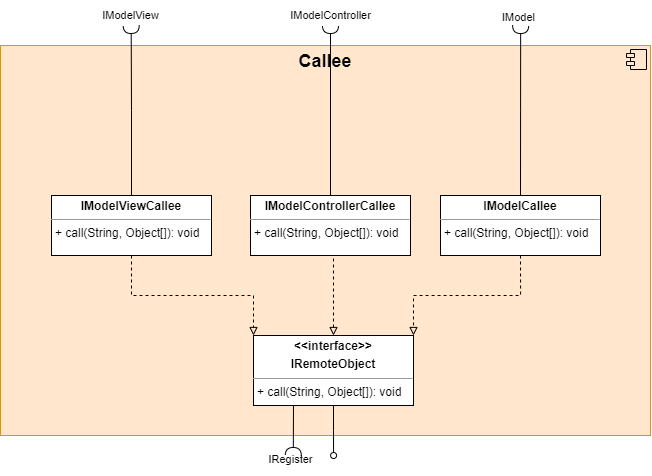
The draw.io diagram Doku/images/callee_whitebox.png in KjellooMelloo/gameoftrons, before a commit. Source tidied: cells renumbered, new cells last; positions are measured from the earlier drawing's top-left corner, leaving out a move shared by most shapes.
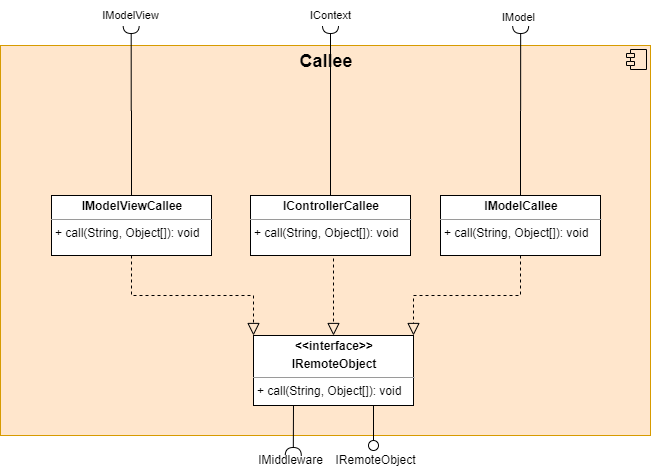
The same file after the commit.

Commit message:
updated appstub with IContext and IMiddleware

Change to the diagram source:
```diff
@@ -10,9 +10,9 @@
         <mxPoint x="-24" y="4" as="offset" />
       </mxGeometry>
     </mxCell>
-    <mxCell id="4" style="edgeStyle=orthogonalEdgeStyle;rounded=0;jettySize=auto;html=1;exitX=0.5;exitY=1;exitDx=0;exitDy=0;fontSize=11;startArrow=none;startFill=0;endArrow=oval;endFill=0;" parent="1" edge="1" source="6">
+    <mxCell id="4" style="edgeStyle=orthogonalEdgeStyle;rounded=0;jettySize=auto;html=1;exitX=0.75;exitY=1;exitDx=0;exitDy=0;fontSize=11;startArrow=none;startFill=0;endArrow=oval;endFill=0;endSize=10;" parent="1" edge="1" source="6">
       <mxGeometry relative="1" as="geometry">
-        <mxPoint x="333.1" y="455" as="targetPoint" />
+        <mxPoint x="373" y="445" as="targetPoint" />
       </mxGeometry>
     </mxCell>
     <mxCell id="5" style="edgeStyle=none;rounded=0;jettySize=auto;html=1;exitX=0.25;exitY=1;exitDx=0;exitDy=0;fontSize=11;startArrow=none;startFill=0;endArrow=halfCircle;endFill=0;" parent="1" edge="1" source="6">
@@ -23,7 +23,7 @@
     <mxCell id="6" value="&lt;p style=&quot;margin:0px;margin-top:4px;text-align:center;&quot;&gt;&lt;b&gt;&amp;lt;&amp;lt;interface&amp;gt;&amp;gt;&lt;/b&gt;&lt;/p&gt;&lt;p style=&quot;margin:0px;margin-top:4px;text-align:center;&quot;&gt;&lt;b&gt;IRemoteObject&lt;/b&gt;&lt;/p&gt;&lt;hr size=&quot;1&quot;&gt;&lt;p style=&quot;margin:0px;margin-left:4px;&quot;&gt;&lt;/p&gt;&lt;p style=&quot;margin:0px;margin-left:4px;&quot;&gt;+ call(String, Object[]): void&lt;/p&gt;" style="verticalAlign=top;align=left;overflow=fill;fontSize=12;fontFamily=Helvetica;html=1;" parent="1" vertex="1">
       <mxGeometry x="253" y="335" width="160" height="70" as="geometry" />
     </mxCell>
-    <mxCell id="7" style="edgeStyle=orthogonalEdgeStyle;rounded=0;jettySize=auto;html=1;exitX=0.5;exitY=1;exitDx=0;exitDy=0;entryX=1;entryY=0;entryDx=0;entryDy=0;dashed=1;fontSize=11;startArrow=none;startFill=0;endArrow=block;endFill=0;" parent="1" edge="1" source="9" target="6">
+    <mxCell id="7" style="edgeStyle=orthogonalEdgeStyle;rounded=0;jettySize=auto;html=1;exitX=0.5;exitY=1;exitDx=0;exitDy=0;entryX=1;entryY=0;entryDx=0;entryDy=0;dashed=1;fontSize=11;startArrow=none;startFill=0;endArrow=block;endFill=0;endSize=10;" parent="1" edge="1" source="9" target="6">
       <mxGeometry relative="1" as="geometry" />
     </mxCell>
     <mxCell id="8" style="edgeStyle=orthogonalEdgeStyle;rounded=0;jettySize=auto;html=1;exitX=0.5;exitY=0;exitDx=0;exitDy=0;fontSize=11;startArrow=none;startFill=0;endArrow=halfCircle;endFill=0;" parent="1" edge="1" source="9">
@@ -34,7 +34,7 @@
     <mxCell id="9" value="&lt;p style=&quot;margin:0px;margin-top:4px;text-align:center;&quot;&gt;&lt;b&gt;IModelCallee&lt;/b&gt;&lt;/p&gt;&lt;hr size=&quot;1&quot;&gt;&lt;p style=&quot;margin:0px;margin-left:4px;&quot;&gt;&lt;/p&gt;&lt;p style=&quot;margin:0px;margin-left:4px;&quot;&gt;+ call(String, Object[]): void&lt;/p&gt;" style="verticalAlign=top;align=left;overflow=fill;fontSize=12;fontFamily=Helvetica;html=1;" parent="1" vertex="1">
       <mxGeometry x="440" y="195" width="160" height="60" as="geometry" />
     </mxCell>
-    <mxCell id="10" style="edgeStyle=orthogonalEdgeStyle;rounded=0;jettySize=auto;html=1;exitX=0.5;exitY=1;exitDx=0;exitDy=0;entryX=0.5;entryY=0;entryDx=0;entryDy=0;dashed=1;fontSize=11;startArrow=none;startFill=0;endArrow=block;endFill=0;" parent="1" edge="1" source="12" target="6">
+    <mxCell id="10" style="edgeStyle=orthogonalEdgeStyle;rounded=0;jettySize=auto;html=1;exitX=0.5;exitY=1;exitDx=0;exitDy=0;entryX=0.5;entryY=0;entryDx=0;entryDy=0;dashed=1;fontSize=11;startArrow=none;startFill=0;endArrow=block;endFill=0;endSize=10;" parent="1" edge="1" source="12" target="6">
       <mxGeometry relative="1" as="geometry">
         <Array as="points">
           <mxPoint x="333" y="255" />
@@ -46,10 +46,10 @@
         <mxPoint x="330" y="25" as="targetPoint" />
       </mxGeometry>
     </mxCell>
-    <mxCell id="12" value="&lt;p style=&quot;margin:0px;margin-top:4px;text-align:center;&quot;&gt;&lt;b&gt;IModelControllerCallee&lt;/b&gt;&lt;/p&gt;&lt;hr size=&quot;1&quot;&gt;&lt;p style=&quot;margin:0px;margin-left:4px;&quot;&gt;&lt;/p&gt;&lt;p style=&quot;margin:0px;margin-left:4px;&quot;&gt;+ call(String, Object[]): void&lt;/p&gt;" style="verticalAlign=top;align=left;overflow=fill;fontSize=12;fontFamily=Helvetica;html=1;" parent="1" vertex="1">
+    <mxCell id="12" value="&lt;p style=&quot;margin: 0px ; margin-top: 4px ; text-align: center&quot;&gt;&lt;b&gt;IControllerCallee&lt;/b&gt;&lt;/p&gt;&lt;hr size=&quot;1&quot;&gt;&lt;p style=&quot;margin: 0px ; margin-left: 4px&quot;&gt;&lt;/p&gt;&lt;p style=&quot;margin: 0px ; margin-left: 4px&quot;&gt;+ call(String, Object[]): void&lt;/p&gt;" style="verticalAlign=top;align=left;overflow=fill;fontSize=12;fontFamily=Helvetica;html=1;" parent="1" vertex="1">
       <mxGeometry x="250" y="195" width="160" height="60" as="geometry" />
     </mxCell>
-    <mxCell id="13" style="edgeStyle=orthogonalEdgeStyle;rounded=0;jettySize=auto;html=1;exitX=0.5;exitY=1;exitDx=0;exitDy=0;entryX=0;entryY=0;entryDx=0;entryDy=0;fontSize=11;startArrow=none;startFill=0;endArrow=block;endFill=0;dashed=1;" parent="1" edge="1" source="15" target="6">
+    <mxCell id="13" style="edgeStyle=orthogonalEdgeStyle;rounded=0;jettySize=auto;html=1;exitX=0.5;exitY=1;exitDx=0;exitDy=0;entryX=0;entryY=0;entryDx=0;entryDy=0;fontSize=11;startArrow=none;startFill=0;endArrow=block;endFill=0;dashed=1;endSize=10;" parent="1" edge="1" source="15" target="6">
       <mxGeometry relative="1" as="geometry" />
     </mxCell>
     <mxCell id="14" style="edgeStyle=orthogonalEdgeStyle;rounded=0;jettySize=auto;html=1;exitX=0.5;exitY=0;exitDx=0;exitDy=0;fontSize=11;startArrow=none;startFill=0;endArrow=halfCircle;endFill=0;" parent="1" edge="1" source="15">
@@ -63,14 +63,17 @@
     <mxCell id="16" value="IModel" style="text;html=1;align=center;verticalAlign=middle;strokeColor=none;fillColor=none;fontSize=11;" parent="1" vertex="1">
       <mxGeometry x="488" y="2" width="60" height="30" as="geometry" />
     </mxCell>
-    <mxCell id="17" value="IModelController" style="text;html=1;align=center;verticalAlign=middle;strokeColor=none;fillColor=none;fontSize=11;" parent="1" vertex="1">
-      <mxGeometry x="280" width="100" height="30" as="geometry" />
+    <mxCell id="17" value="IContext" style="text;html=1;align=center;verticalAlign=middle;strokeColor=none;fillColor=none;fontSize=11;" parent="1" vertex="1">
+      <mxGeometry x="300" y="5" width="60" height="20" as="geometry" />
     </mxCell>
     <mxCell id="18" value="IModelView" style="text;html=1;align=center;verticalAlign=middle;strokeColor=none;fillColor=none;fontSize=11;" parent="1" vertex="1">
       <mxGeometry x="90" width="80" height="30" as="geometry" />
     </mxCell>
-    <mxCell id="19" value="IRegister" style="text;html=1;align=center;verticalAlign=middle;strokeColor=none;fillColor=none;fontSize=11;" parent="1" vertex="1">
-      <mxGeometry x="255" y="444" width="70" height="30" as="geometry" />
+    <mxCell id="19" value="&lt;font style=&quot;font-size: 12px&quot;&gt;IMiddleware&lt;/font&gt;" style="text;html=1;align=center;verticalAlign=middle;strokeColor=none;fillColor=none;fontSize=11;" parent="1" vertex="1">
+      <mxGeometry x="250" y="449" width="80" height="20" as="geometry" />
     </mxCell>
+    <mxCell id="20" value="IRemoteObject" style="text;html=1;align=center;verticalAlign=middle;" parent="1" vertex="1">
+      <mxGeometry x="325" y="449" width="100" height="20" as="geometry" />
+    </mxCell>
   </root>
 </mxGraphModel>
```
